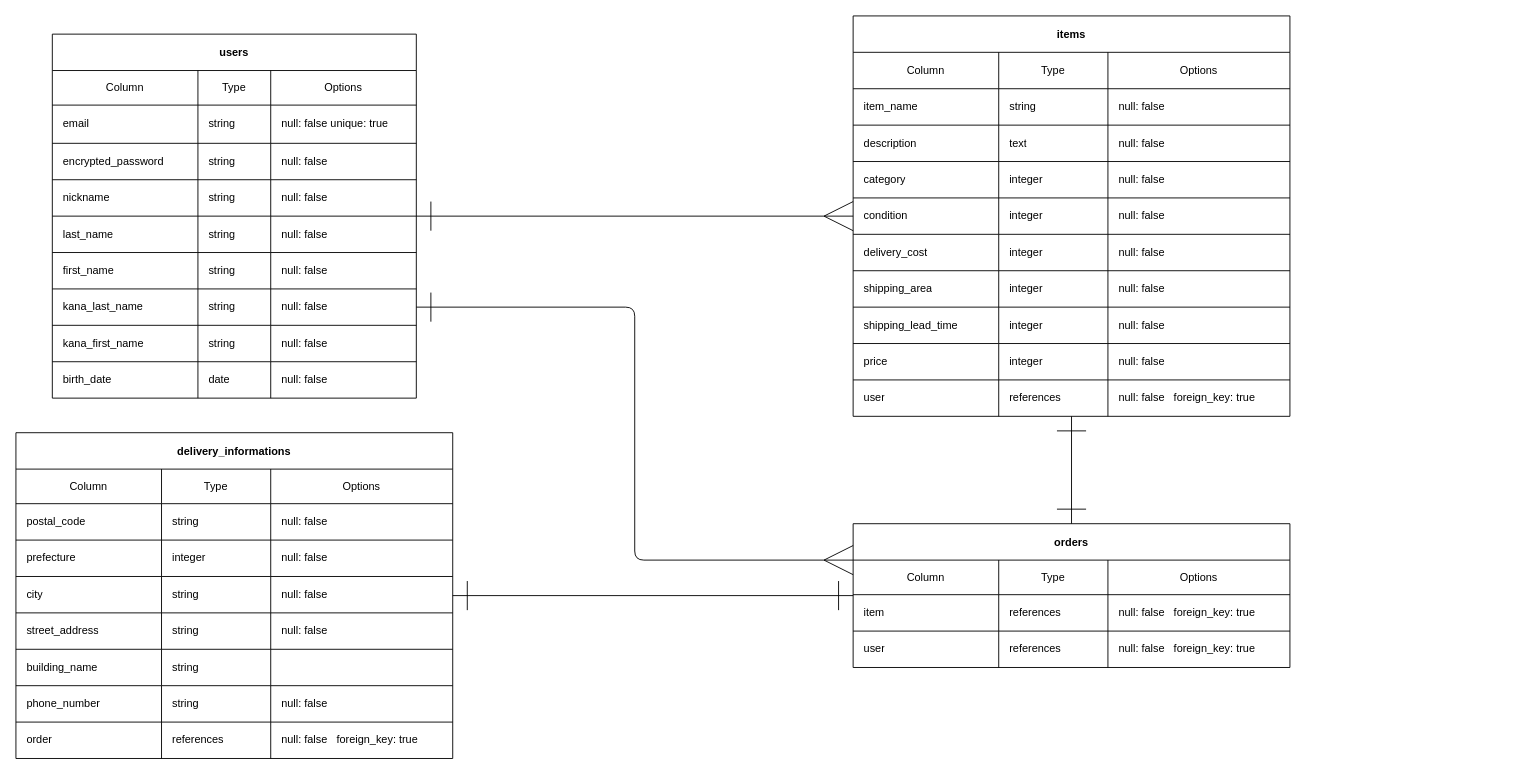
rkmr17/furima-39418 keeps this draw.io diagram as ER.dio. Above is the earlier version. Source tidied: cells renumbered, new cells numbered last; positions are measured from the earlier drawing's top-left corner, leaving out a move shared by most shapes. Both pictures are drawn from the tidied source at 91%, with x=0, y=0 at pixel (15, 15).
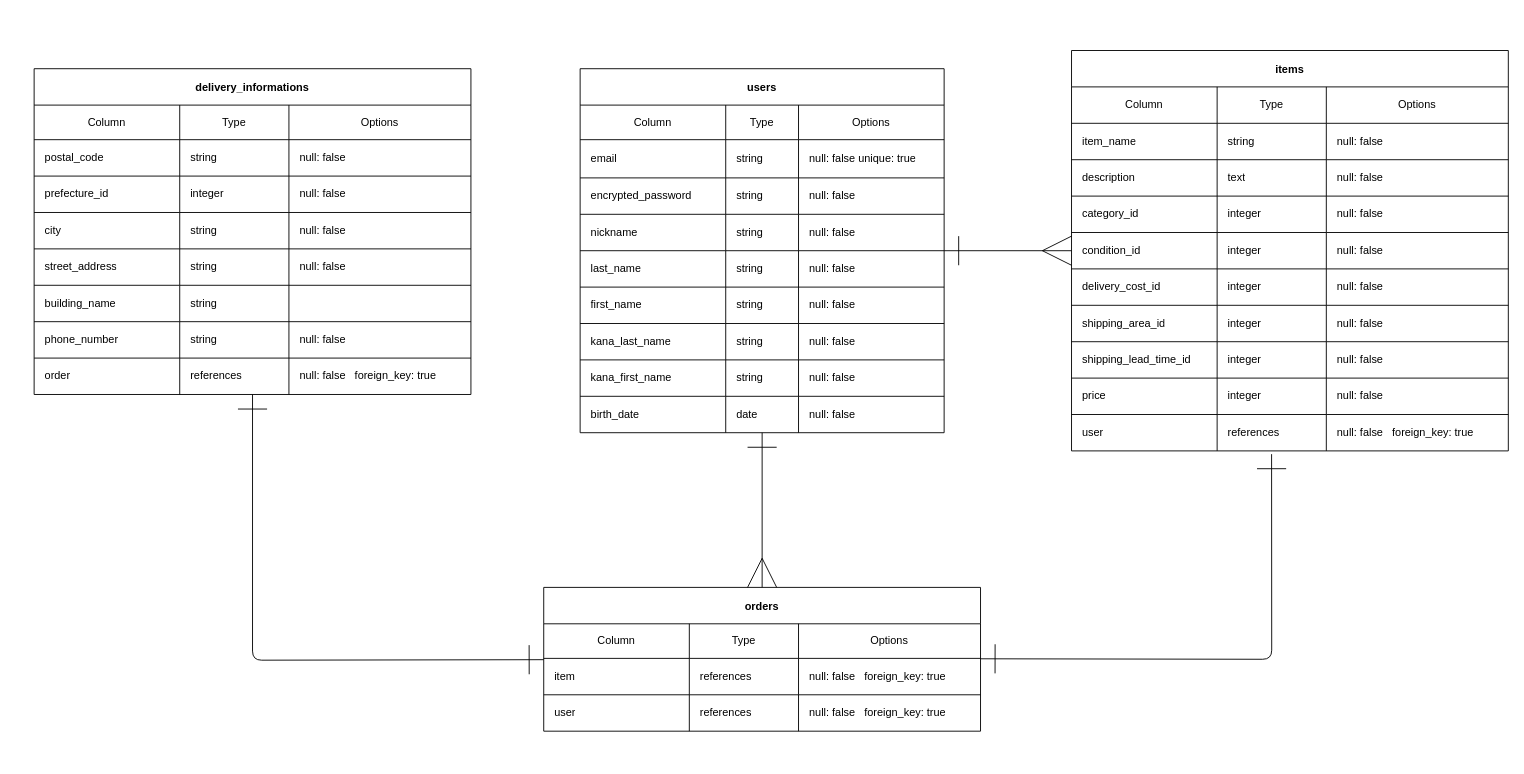
The same diagram, later.

Commit message (it also covers changes not shown here):
データベース設計

Unchanged cells that the change refers to:
```xml
<mxCell id="28" style="shape=tableRow;horizontal=0;startSize=0;swimlaneHead=0;swimlaneBody=0;top=0;left=0;bottom=0;right=0;points=[[0,0.5],[1,0.5]];portConstraint=eastwest;align=left;spacingLeft=10;fillColor=none;" parent="3" vertex="1">
  <mxGeometry y="280" width="400" height="40" as="geometry" />
</mxCell>
<mxCell id="36" style="shape=tableRow;horizontal=0;startSize=0;swimlaneHead=0;swimlaneBody=0;top=0;left=0;bottom=0;right=0;points=[[0,0.5],[1,0.5]];portConstraint=eastwest;align=left;spacingLeft=10;fillColor=none;" parent="3" vertex="1">
  <mxGeometry y="360" width="400" height="40" as="geometry" />
</mxCell>
<mxCell id="54" style="shape=tableRow;horizontal=0;startSize=0;swimlaneHead=0;swimlaneBody=0;top=0;left=0;bottom=0;right=0;align=left;spacingLeft=10;fillColor=none;" parent="41" vertex="1">
  <mxGeometry y="160" width="480" height="40" as="geometry" />
</mxCell>
<mxCell id="58" style="shape=tableRow;horizontal=0;startSize=0;swimlaneHead=0;swimlaneBody=0;top=0;left=0;bottom=0;right=0;align=left;spacingLeft=10;fillColor=none;" parent="41" vertex="1">
  <mxGeometry y="200" width="480" height="40" as="geometry" />
</mxCell>
<mxCell id="62" style="shape=tableRow;horizontal=0;startSize=0;swimlaneHead=0;swimlaneBody=0;top=0;left=0;bottom=0;right=0;align=left;spacingLeft=10;fillColor=none;" parent="41" vertex="1">
  <mxGeometry y="240" width="480" height="40" as="geometry" />
</mxCell>
<mxCell id="66" style="shape=tableRow;horizontal=0;startSize=0;swimlaneHead=0;swimlaneBody=0;top=0;left=0;bottom=0;right=0;align=left;spacingLeft=10;fillColor=none;" parent="41" vertex="1">
  <mxGeometry y="280" width="480" height="40" as="geometry" />
</mxCell>
<mxCell id="70" style="shape=tableRow;horizontal=0;startSize=0;swimlaneHead=0;swimlaneBody=0;top=0;left=0;bottom=0;right=0;align=left;spacingLeft=10;fillColor=none;" parent="41" vertex="1">
  <mxGeometry y="320" width="480" height="40" as="geometry" />
</mxCell>
<mxCell id="78" style="shape=tableRow;horizontal=0;startSize=0;swimlaneHead=0;swimlaneBody=0;top=0;left=0;bottom=0;right=0;points=[[0,0.5],[1,0.5]];portConstraint=eastwest;align=left;spacingLeft=10;fillColor=none;" parent="41" vertex="1">
  <mxGeometry y="400" width="480" height="40" as="geometry" />
</mxCell>
<mxCell id="84" style="shape=tableRow;horizontal=0;startSize=0;swimlaneHead=0;swimlaneBody=0;top=0;left=0;bottom=0;right=0;points=[[0,0.5],[1,0.5]];portConstraint=eastwest;fillColor=none;" parent="83" vertex="1">
  <mxGeometry y="40" width="480" height="38" as="geometry" />
</mxCell>
<mxCell id="88" style="shape=tableRow;horizontal=0;startSize=0;swimlaneHead=0;swimlaneBody=0;top=0;left=0;bottom=0;right=0;points=[[0,0.5],[1,0.5]];portConstraint=eastwest;align=left;spacingLeft=10;fillColor=none;" parent="83" vertex="1">
  <mxGeometry y="78" width="480" height="40" as="geometry" />
</mxCell>
<mxCell id="105" style="shape=tableRow;horizontal=0;startSize=0;swimlaneHead=0;swimlaneBody=0;top=0;left=0;bottom=0;right=0;align=left;spacingLeft=10;fillColor=none;" parent="96" vertex="1">
  <mxGeometry y="118" width="480" height="40" as="geometry" />
</mxCell>
<mxCell id="125" style="shape=tableRow;horizontal=0;startSize=0;swimlaneHead=0;swimlaneBody=0;top=0;left=0;bottom=0;right=0;points=[[0,0.5],[1,0.5]];portConstraint=eastwest;align=left;spacingLeft=10;fillColor=none;" parent="96" vertex="1">
  <mxGeometry y="318" width="480" height="40" as="geometry" />
</mxCell>
```

Diff of the diagram source:
```diff
@@
-    <mxCell id="2" style="edgeStyle=none;jumpSize=6;html=1;strokeWidth=1;endArrow=ERmany;endFill=0;startSize=30;endSize=30;entryX=0;entryY=0;entryDx=0;entryDy=0;startArrow=ERone;startFill=0;entryPerimeter=0;fillColor=none;" parent="1" edge="1" source="28" target="84">
-      <mxGeometry relative="1" as="geometry">
-        <Array as="points">
-          <mxPoint x="680" y="320" />
-          <mxPoint x="680" y="598" />
-        </Array>
-      </mxGeometry>
+    <mxCell id="2" style="edgeStyle=none;jumpSize=6;html=1;strokeWidth=1;endArrow=ERmany;endFill=0;startSize=30;endSize=30;startArrow=ERone;startFill=0;fillColor=none;entryX=0.5;entryY=0;entryDx=0;entryDy=0;" parent="1" edge="1" source="36" target="83">
+      <mxGeometry relative="1" as="geometry" />
     </mxCell>
     <mxCell id="3" value="users" style="shape=table;startSize=40;childLayout=tableLayout;fontStyle=1;align=center;fillColor=none;" parent="1" vertex="1">
-      <mxGeometry x="40" y="20" width="400" height="400" as="geometry" />
+      <mxGeometry x="620" y="58" width="400" height="400" as="geometry" />
     </mxCell>
@@
-    <mxCell id="40" style="edgeStyle=none;rounded=1;html=1;strokeWidth=1;startArrow=ERone;startFill=0;endArrow=ERone;endFill=0;startSize=30;endSize=30;fillColor=none;" parent="1" edge="1" source="41" target="83">
-      <mxGeometry relative="1" as="geometry" />
+    <mxCell id="40" style="edgeStyle=none;rounded=1;html=1;strokeWidth=1;startArrow=ERone;startFill=0;endArrow=ERone;endFill=0;startSize=30;endSize=30;fillColor=none;entryX=1;entryY=0.011;entryDx=0;entryDy=0;entryPerimeter=0;exitX=0.458;exitY=1.089;exitDx=0;exitDy=0;exitPerimeter=0;" parent="1" edge="1" source="78" target="88">
+      <mxGeometry relative="1" as="geometry">
+        <Array as="points">
+          <mxPoint x="1380" y="707" />
+        </Array>
+      </mxGeometry>
     </mxCell>
     <mxCell id="41" value="items" style="shape=table;startSize=40;childLayout=tableLayout;fontStyle=1;align=center;fillColor=none;" parent="1" vertex="1">
-      <mxGeometry x="920" width="480" height="440" as="geometry" />
+      <mxGeometry x="1160" y="38" width="480" height="440" as="geometry" />
     </mxCell>
@@
-    <mxCell id="55" value="category" style="shape=partialRectangle;html=1;whiteSpace=wrap;top=0;left=0;bottom=0;right=0;overflow=hidden;align=left;spacingLeft=10;fillColor=none;" parent="54" vertex="1">
+    <mxCell id="55" value="category_id" style="shape=partialRectangle;html=1;whiteSpace=wrap;top=0;left=0;bottom=0;right=0;overflow=hidden;align=left;spacingLeft=10;fillColor=none;" parent="54" vertex="1">
       <mxGeometry width="160" height="40" as="geometry" />
     </mxCell>
@@
-    <mxCell id="59" value="condition" style="shape=partialRectangle;html=1;whiteSpace=wrap;top=0;left=0;bottom=0;right=0;overflow=hidden;align=left;spacingLeft=10;fillColor=none;" parent="58" vertex="1">
+    <mxCell id="59" value="condition_id" style="shape=partialRectangle;html=1;whiteSpace=wrap;top=0;left=0;bottom=0;right=0;overflow=hidden;align=left;spacingLeft=10;fillColor=none;" parent="58" vertex="1">
       <mxGeometry width="160" height="40" as="geometry" />
     </mxCell>
@@
-    <mxCell id="63" value="delivery_cost" style="shape=partialRectangle;html=1;whiteSpace=wrap;top=0;left=0;bottom=0;right=0;overflow=hidden;align=left;spacingLeft=10;fillColor=none;" parent="62" vertex="1">
+    <mxCell id="63" value="delivery_cost_id" style="shape=partialRectangle;html=1;whiteSpace=wrap;top=0;left=0;bottom=0;right=0;overflow=hidden;align=left;spacingLeft=10;fillColor=none;" parent="62" vertex="1">
       <mxGeometry width="160" height="40" as="geometry" />
     </mxCell>
@@
-    <mxCell id="67" value="shipping_area" style="shape=partialRectangle;html=1;whiteSpace=wrap;top=0;left=0;bottom=0;right=0;overflow=hidden;align=left;spacingLeft=10;fillColor=none;" parent="66" vertex="1">
+    <mxCell id="67" value="shipping_area_id" style="shape=partialRectangle;html=1;whiteSpace=wrap;top=0;left=0;bottom=0;right=0;overflow=hidden;align=left;spacingLeft=10;fillColor=none;" parent="66" vertex="1">
       <mxGeometry width="160" height="40" as="geometry" />
     </mxCell>
@@
-    <mxCell id="71" value="shipping_lead_time" style="shape=partialRectangle;html=1;whiteSpace=wrap;top=0;left=0;bottom=0;right=0;overflow=hidden;align=left;spacingLeft=10;fillColor=none;" parent="70" vertex="1">
+    <mxCell id="71" value="shipping_lead_time_id" style="shape=partialRectangle;html=1;whiteSpace=wrap;top=0;left=0;bottom=0;right=0;overflow=hidden;align=left;spacingLeft=10;fillColor=none;" parent="70" vertex="1">
       <mxGeometry width="160" height="40" as="geometry" />
     </mxCell>
@@
-    <mxCell id="82" style="edgeStyle=none;rounded=1;html=1;strokeWidth=1;startArrow=ERone;startFill=0;endArrow=ERone;endFill=0;startSize=30;endSize=30;fillColor=none;" parent="1" edge="1" source="83" target="96">
-      <mxGeometry relative="1" as="geometry" />
+    <mxCell id="82" style="edgeStyle=none;rounded=1;html=1;strokeWidth=1;startArrow=ERone;startFill=0;endArrow=ERone;endFill=0;startSize=30;endSize=30;fillColor=none;" parent="1" edge="1" source="83" target="125">
+      <mxGeometry relative="1" as="geometry">
+        <Array as="points">
+          <mxPoint x="260" y="708" />
+        </Array>
+      </mxGeometry>
     </mxCell>
     <mxCell id="83" value="orders" style="shape=table;startSize=40;childLayout=tableLayout;fontStyle=1;align=center;fillColor=none;" parent="1" vertex="1">
-      <mxGeometry x="920" y="558" width="480" height="158" as="geometry" />
+      <mxGeometry x="580" y="628" width="480" height="158" as="geometry" />
     </mxCell>
@@
     <mxCell id="96" value="delivery_informations" style="shape=table;startSize=40;childLayout=tableLayout;fontStyle=1;align=center;fillColor=none;" parent="1" vertex="1">
-      <mxGeometry y="458" width="480" height="358" as="geometry" />
+      <mxGeometry x="20" y="58" width="480" height="358" as="geometry" />
     </mxCell>
@@
-    <mxCell id="106" value="prefecture" style="shape=partialRectangle;html=1;whiteSpace=wrap;top=0;left=0;bottom=0;right=0;overflow=hidden;align=left;spacingLeft=10;fillColor=none;" parent="105" vertex="1">
+    <mxCell id="106" value="prefecture_id" style="shape=partialRectangle;html=1;whiteSpace=wrap;top=0;left=0;bottom=0;right=0;overflow=hidden;align=left;spacingLeft=10;fillColor=none;" parent="105" vertex="1">
       <mxGeometry width="160" height="40" as="geometry" />
     </mxCell>
```
